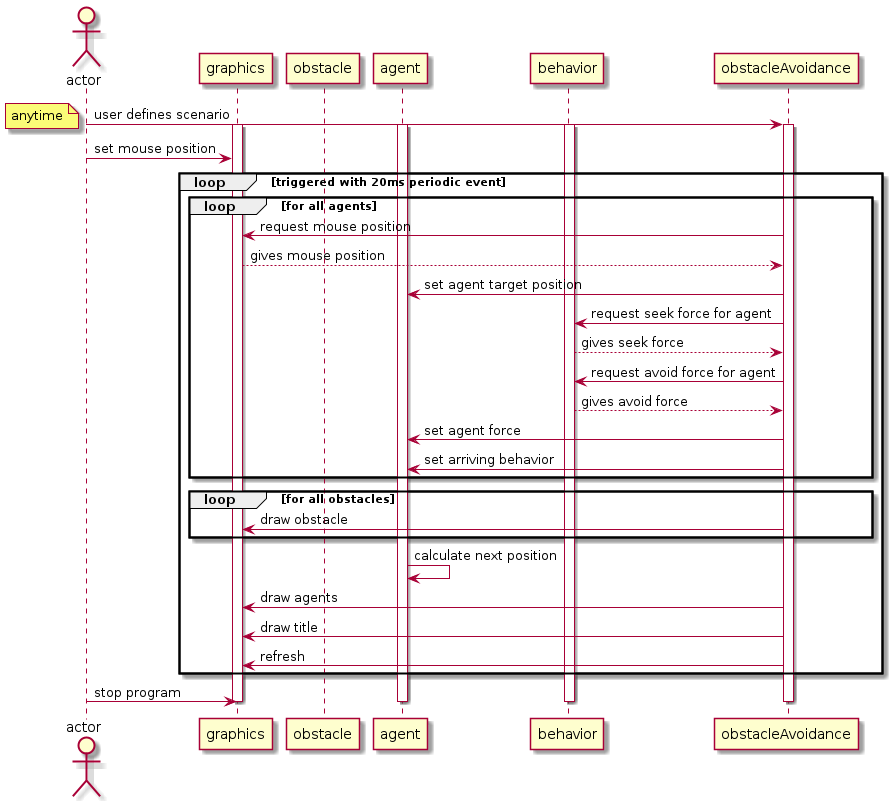
This is docs/uml/sequence_diagram/obstacleAvoidance.png from mehmetrizaoz/autonomousSteeringAgents, a PlantUML export, as it was before one commit.
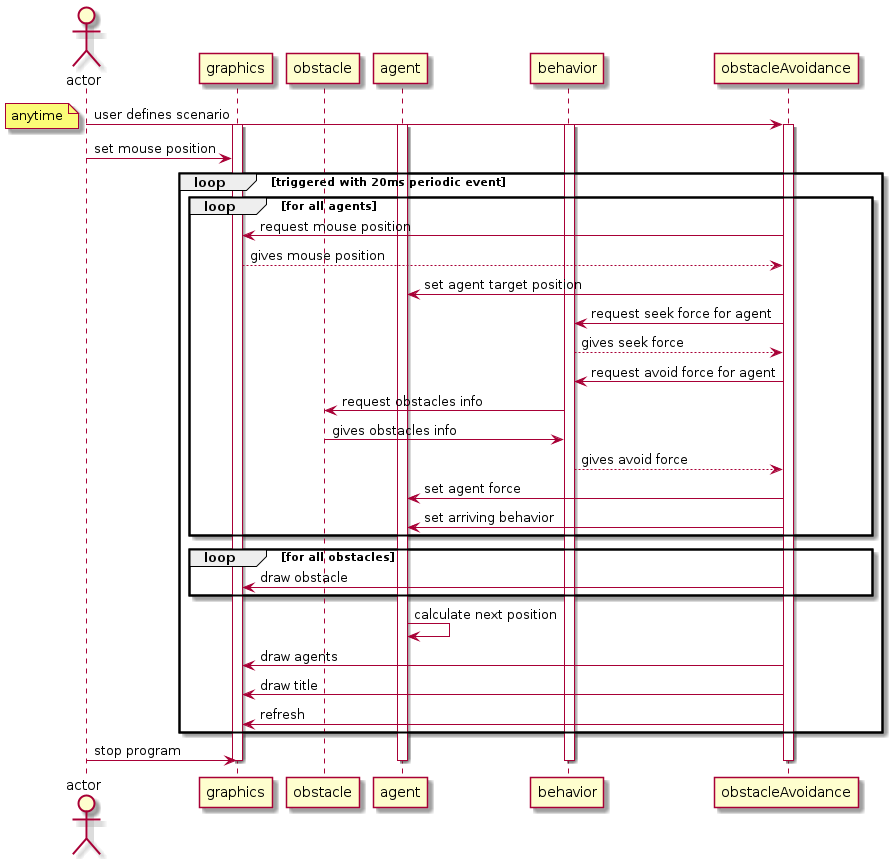
The same diagram one commit later.

Commit message:
sequence diagram updates

Diff of the diagram source:
```diff
@@ -21,6 +21,8 @@
         oA -> steeringBehavior: request seek force for agent
         steeringBehavior --> oA: gives seek force
         oA -> steeringBehavior: request avoid force for agent
+        steeringBehavior -> obst: request obstacles info
+        obst -> steeringBehavior: gives obstacles info
         steeringBehavior --> oA: gives avoid force
         oA -> agent: set agent force
         oA -> agent: set arriving behavior
```
